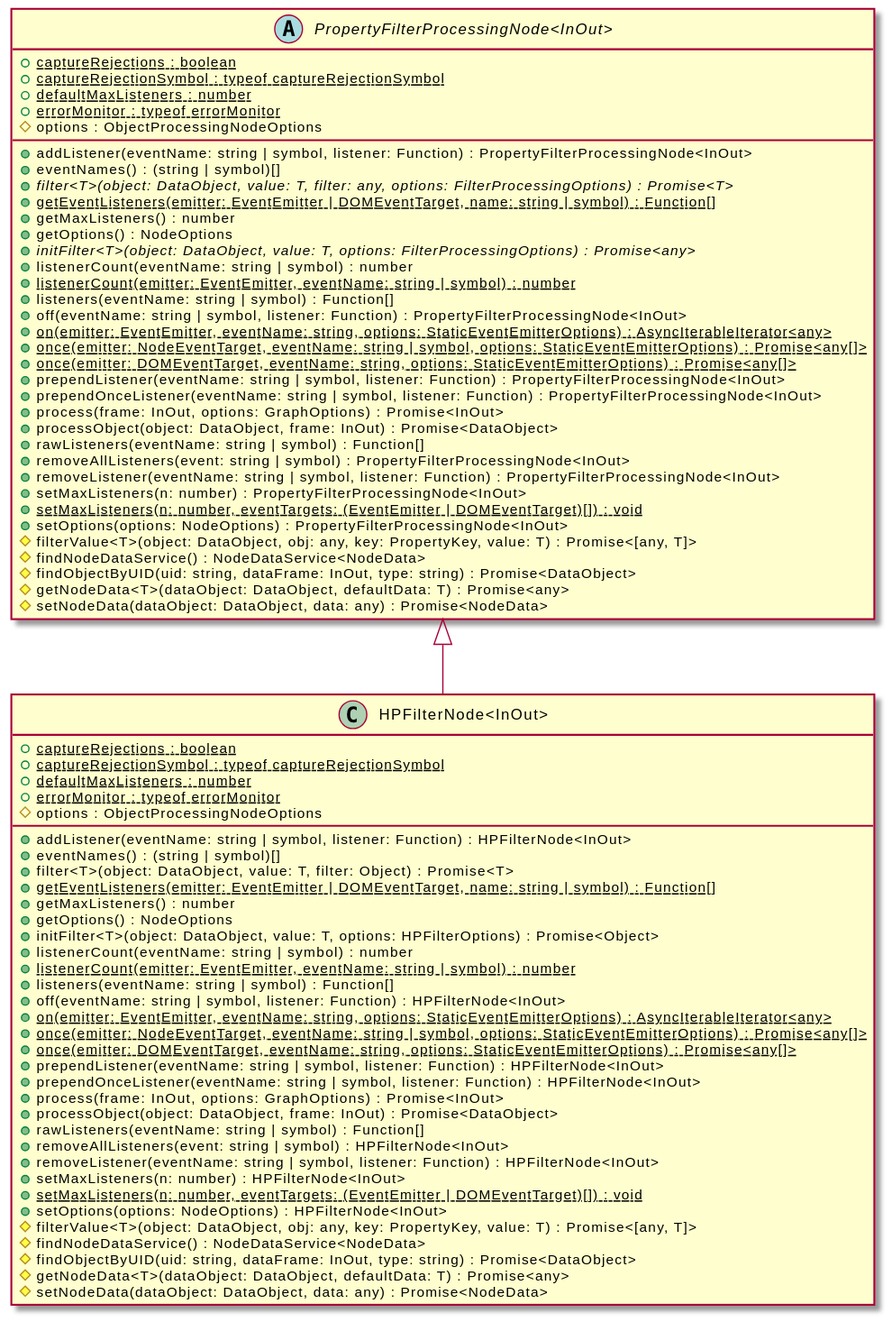
Above: assets/HPFilterNode-umlClassDiagram-13880.svg in OpenHPS/openhps-core (PlantUML), before the change. Its diagram source:
```plantuml
@startuml
skinparam BackgroundColor transparent
hide empty methods
hide empty fields
class "HPFilterNode<InOut>" {
    {static} +captureRejections : boolean
    {static} +captureRejectionSymbol : typeof captureRejectionSymbol
    {static} +defaultMaxListeners : number
    {static} +errorMonitor : typeof errorMonitor
    #options : ObjectProcessingNodeOptions
    +addListener(eventName: string | symbol, listener: Function) : HPFilterNode<InOut>
    +eventNames() : (string | symbol)[]
    +filter<T>(object: DataObject, value: T, filter: Object) : Promise<T>
    {static} +getEventListeners(emitter: EventEmitter | DOMEventTarget, name: string | symbol) : Function[]
    +getMaxListeners() : number
    +getOptions() : NodeOptions
    +initFilter<T>(object: DataObject, value: T, options: HPFilterOptions) : Promise<Object>
    +listenerCount(eventName: string | symbol) : number
    {static} +listenerCount(emitter: EventEmitter, eventName: string | symbol) : number
    +listeners(eventName: string | symbol) : Function[]
    +off(eventName: string | symbol, listener: Function) : HPFilterNode<InOut>
    {static} +on(emitter: EventEmitter, eventName: string, options: StaticEventEmitterOptions) : AsyncIterableIterator<any>
    {static} +once(emitter: NodeEventTarget, eventName: string | symbol, options: StaticEventEmitterOptions) : Promise<any[]>
    {static} +once(emitter: DOMEventTarget, eventName: string, options: StaticEventEmitterOptions) : Promise<any[]>
    +prependListener(eventName: string | symbol, listener: Function) : HPFilterNode<InOut>
    +prependOnceListener(eventName: string | symbol, listener: Function) : HPFilterNode<InOut>
    +process(frame: InOut, options: GraphOptions) : Promise<InOut>
    +processObject(object: DataObject, frame: InOut) : Promise<DataObject>
    +rawListeners(eventName: string | symbol) : Function[]
    +removeAllListeners(event: string | symbol) : HPFilterNode<InOut>
    +removeListener(eventName: string | symbol, listener: Function) : HPFilterNode<InOut>
    +setMaxListeners(n: number) : HPFilterNode<InOut>
    {static} +setMaxListeners(n: number, eventTargets: (EventEmitter | DOMEventTarget)[]) : void
    +setOptions(options: NodeOptions) : HPFilterNode<InOut>
    #filterValue<T>(object: DataObject, obj: any, key: PropertyKey, value: T) : Promise<[any, T]>
    #findNodeDataService() : NodeDataService<NodeData>
    #findObjectByUID(uid: string, dataFrame: InOut, type: string) : Promise<DataObject>
    #getNodeData<T>(dataObject: DataObject, defaultData: T) : Promise<any>
    #setNodeData(dataObject: DataObject, data: any) : Promise<NodeData>
}
abstract class "PropertyFilterProcessingNode<InOut>" {
    {static} +captureRejections : boolean
    {static} +captureRejectionSymbol : typeof captureRejectionSymbol
    {static} +defaultMaxListeners : number
    {static} +errorMonitor : typeof errorMonitor
    #options : ObjectProcessingNodeOptions
    +addListener(eventName: string | symbol, listener: Function) : PropertyFilterProcessingNode<InOut>
    +eventNames() : (string | symbol)[]
    {abstract} +filter<T>(object: DataObject, value: T, filter: any, options: FilterProcessingOptions) : Promise<T>
    {static} +getEventListeners(emitter: EventEmitter | DOMEventTarget, name: string | symbol) : Function[]
    +getMaxListeners() : number
    +getOptions() : NodeOptions
    {abstract} +initFilter<T>(object: DataObject, value: T, options: FilterProcessingOptions) : Promise<any>
    +listenerCount(eventName: string | symbol) : number
    {static} +listenerCount(emitter: EventEmitter, eventName: string | symbol) : number
    +listeners(eventName: string | symbol) : Function[]
    +off(eventName: string | symbol, listener: Function) : PropertyFilterProcessingNode<InOut>
    {static} +on(emitter: EventEmitter, eventName: string, options: StaticEventEmitterOptions) : AsyncIterableIterator<any>
    {static} +once(emitter: NodeEventTarget, eventName: string | symbol, options: StaticEventEmitterOptions) : Promise<any[]>
    {static} +once(emitter: DOMEventTarget, eventName: string, options: StaticEventEmitterOptions) : Promise<any[]>
    +prependListener(eventName: string | symbol, listener: Function) : PropertyFilterProcessingNode<InOut>
    +prependOnceListener(eventName: string | symbol, listener: Function) : PropertyFilterProcessingNode<InOut>
    +process(frame: InOut, options: GraphOptions) : Promise<InOut>
    +processObject(object: DataObject, frame: InOut) : Promise<DataObject>
    +rawListeners(eventName: string | symbol) : Function[]
    +removeAllListeners(event: string | symbol) : PropertyFilterProcessingNode<InOut>
    +removeListener(eventName: string | symbol, listener: Function) : PropertyFilterProcessingNode<InOut>
    +setMaxListeners(n: number) : PropertyFilterProcessingNode<InOut>
    {static} +setMaxListeners(n: number, eventTargets: (EventEmitter | DOMEventTarget)[]) : void
    +setOptions(options: NodeOptions) : PropertyFilterProcessingNode<InOut>
    #filterValue<T>(object: DataObject, obj: any, key: PropertyKey, value: T) : Promise<[any, T]>
    #findNodeDataService() : NodeDataService<NodeData>
    #findObjectByUID(uid: string, dataFrame: InOut, type: string) : Promise<DataObject>
    #getNodeData<T>(dataObject: DataObject, defaultData: T) : Promise<any>
    #setNodeData(dataObject: DataObject, data: any) : Promise<NodeData>
}
"PropertyFilterProcessingNode<InOut>" <|-- "HPFilterNode<InOut>"
@enduml
```
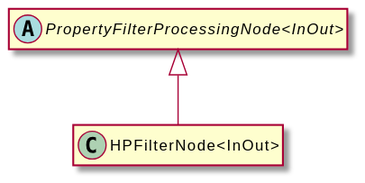
After the commit.

What changed in the source:
```diff
@@ -3,76 +3,8 @@
 hide empty methods
 hide empty fields
 class "HPFilterNode<InOut>" {
-    {static} +captureRejections : boolean
-    {static} +captureRejectionSymbol : typeof captureRejectionSymbol
-    {static} +defaultMaxListeners : number
-    {static} +errorMonitor : typeof errorMonitor
-    #options : ObjectProcessingNodeOptions
-    +addListener(eventName: string | symbol, listener: Function) : HPFilterNode<InOut>
-    +eventNames() : (string | symbol)[]
-    +filter<T>(object: DataObject, value: T, filter: Object) : Promise<T>
-    {static} +getEventListeners(emitter: EventEmitter | DOMEventTarget, name: string | symbol) : Function[]
-    +getMaxListeners() : number
-    +getOptions() : NodeOptions
-    +initFilter<T>(object: DataObject, value: T, options: HPFilterOptions) : Promise<Object>
-    +listenerCount(eventName: string | symbol) : number
-    {static} +listenerCount(emitter: EventEmitter, eventName: string | symbol) : number
-    +listeners(eventName: string | symbol) : Function[]
-    +off(eventName: string | symbol, listener: Function) : HPFilterNode<InOut>
-    {static} +on(emitter: EventEmitter, eventName: string, options: StaticEventEmitterOptions) : AsyncIterableIterator<any>
-    {static} +once(emitter: NodeEventTarget, eventName: string | symbol, options: StaticEventEmitterOptions) : Promise<any[]>
-    {static} +once(emitter: DOMEventTarget, eventName: string, options: StaticEventEmitterOptions) : Promise<any[]>
-    +prependListener(eventName: string | symbol, listener: Function) : HPFilterNode<InOut>
-    +prependOnceListener(eventName: string | symbol, listener: Function) : HPFilterNode<InOut>
-    +process(frame: InOut, options: GraphOptions) : Promise<InOut>
-    +processObject(object: DataObject, frame: InOut) : Promise<DataObject>
-    +rawListeners(eventName: string | symbol) : Function[]
-    +removeAllListeners(event: string | symbol) : HPFilterNode<InOut>
-    +removeListener(eventName: string | symbol, listener: Function) : HPFilterNode<InOut>
-    +setMaxListeners(n: number) : HPFilterNode<InOut>
-    {static} +setMaxListeners(n: number, eventTargets: (EventEmitter | DOMEventTarget)[]) : void
-    +setOptions(options: NodeOptions) : HPFilterNode<InOut>
-    #filterValue<T>(object: DataObject, obj: any, key: PropertyKey, value: T) : Promise<[any, T]>
-    #findNodeDataService() : NodeDataService<NodeData>
-    #findObjectByUID(uid: string, dataFrame: InOut, type: string) : Promise<DataObject>
-    #getNodeData<T>(dataObject: DataObject, defaultData: T) : Promise<any>
-    #setNodeData(dataObject: DataObject, data: any) : Promise<NodeData>
 }
 abstract class "PropertyFilterProcessingNode<InOut>" {
-    {static} +captureRejections : boolean
-    {static} +captureRejectionSymbol : typeof captureRejectionSymbol
-    {static} +defaultMaxListeners : number
-    {static} +errorMonitor : typeof errorMonitor
-    #options : ObjectProcessingNodeOptions
-    +addListener(eventName: string | symbol, listener: Function) : PropertyFilterProcessingNode<InOut>
-    +eventNames() : (string | symbol)[]
-    {abstract} +filter<T>(object: DataObject, value: T, filter: any, options: FilterProcessingOptions) : Promise<T>
-    {static} +getEventListeners(emitter: EventEmitter | DOMEventTarget, name: string | symbol) : Function[]
-    +getMaxListeners() : number
-    +getOptions() : NodeOptions
-    {abstract} +initFilter<T>(object: DataObject, value: T, options: FilterProcessingOptions) : Promise<any>
-    +listenerCount(eventName: string | symbol) : number
-    {static} +listenerCount(emitter: EventEmitter, eventName: string | symbol) : number
-    +listeners(eventName: string | symbol) : Function[]
-    +off(eventName: string | symbol, listener: Function) : PropertyFilterProcessingNode<InOut>
-    {static} +on(emitter: EventEmitter, eventName: string, options: StaticEventEmitterOptions) : AsyncIterableIterator<any>
-    {static} +once(emitter: NodeEventTarget, eventName: string | symbol, options: StaticEventEmitterOptions) : Promise<any[]>
-    {static} +once(emitter: DOMEventTarget, eventName: string, options: StaticEventEmitterOptions) : Promise<any[]>
-    +prependListener(eventName: string | symbol, listener: Function) : PropertyFilterProcessingNode<InOut>
-    +prependOnceListener(eventName: string | symbol, listener: Function) : PropertyFilterProcessingNode<InOut>
-    +process(frame: InOut, options: GraphOptions) : Promise<InOut>
-    +processObject(object: DataObject, frame: InOut) : Promise<DataObject>
-    +rawListeners(eventName: string | symbol) : Function[]
-    +removeAllListeners(event: string | symbol) : PropertyFilterProcessingNode<InOut>
-    +removeListener(eventName: string | symbol, listener: Function) : PropertyFilterProcessingNode<InOut>
-    +setMaxListeners(n: number) : PropertyFilterProcessingNode<InOut>
-    {static} +setMaxListeners(n: number, eventTargets: (EventEmitter | DOMEventTarget)[]) : void
-    +setOptions(options: NodeOptions) : PropertyFilterProcessingNode<InOut>
-    #filterValue<T>(object: DataObject, obj: any, key: PropertyKey, value: T) : Promise<[any, T]>
-    #findNodeDataService() : NodeDataService<NodeData>
-    #findObjectByUID(uid: string, dataFrame: InOut, type: string) : Promise<DataObject>
-    #getNodeData<T>(dataObject: DataObject, defaultData: T) : Promise<any>
-    #setNodeData(dataObject: DataObject, data: any) : Promise<NodeData>
 }
 "PropertyFilterProcessingNode<InOut>" <|-- "HPFilterNode<InOut>"
 @enduml
```
